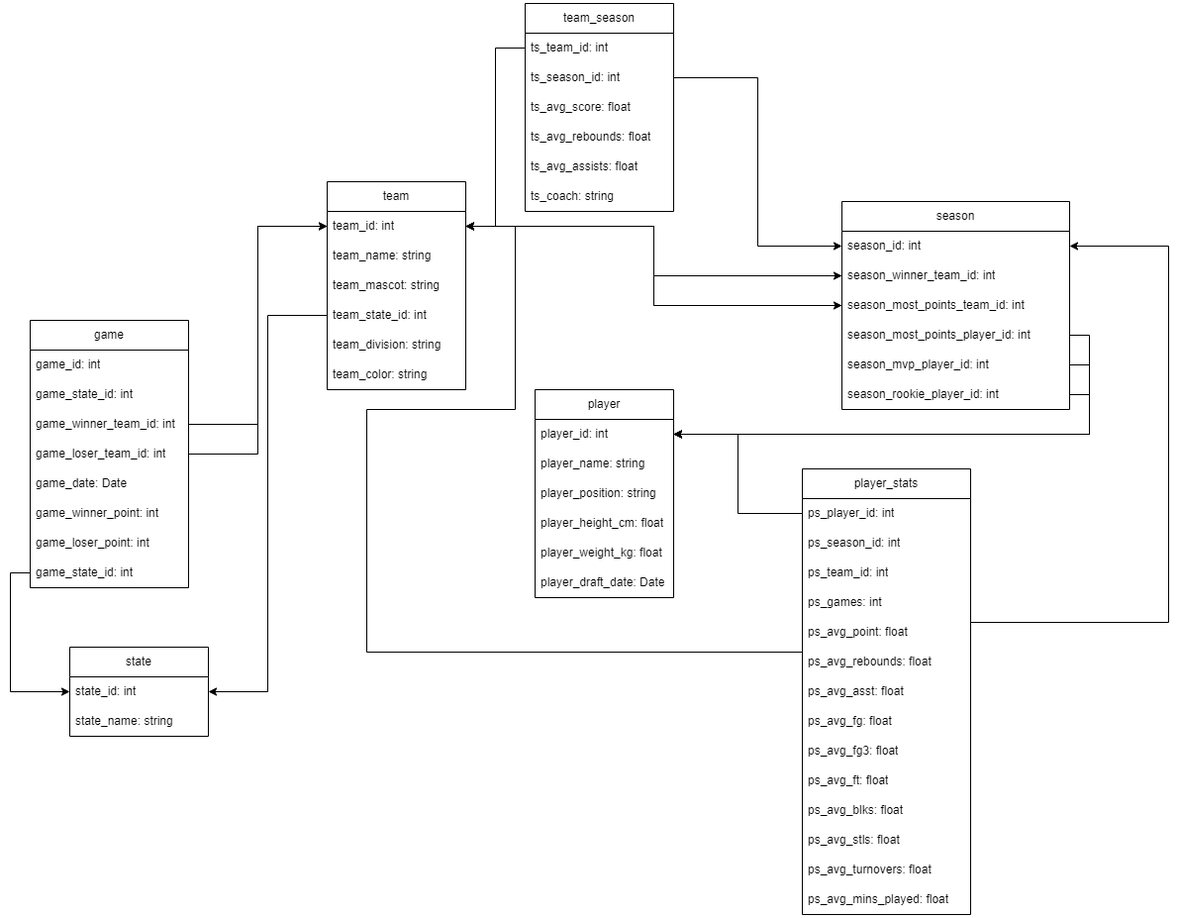
Earlier version of the draw.io export er_diagram.drawio.png (Fin-NewWin/cse111-project). Source tidied: cells renumbered, new cells last; positions are measured from the earlier drawing's top-left corner, leaving out a move shared by most shapes.
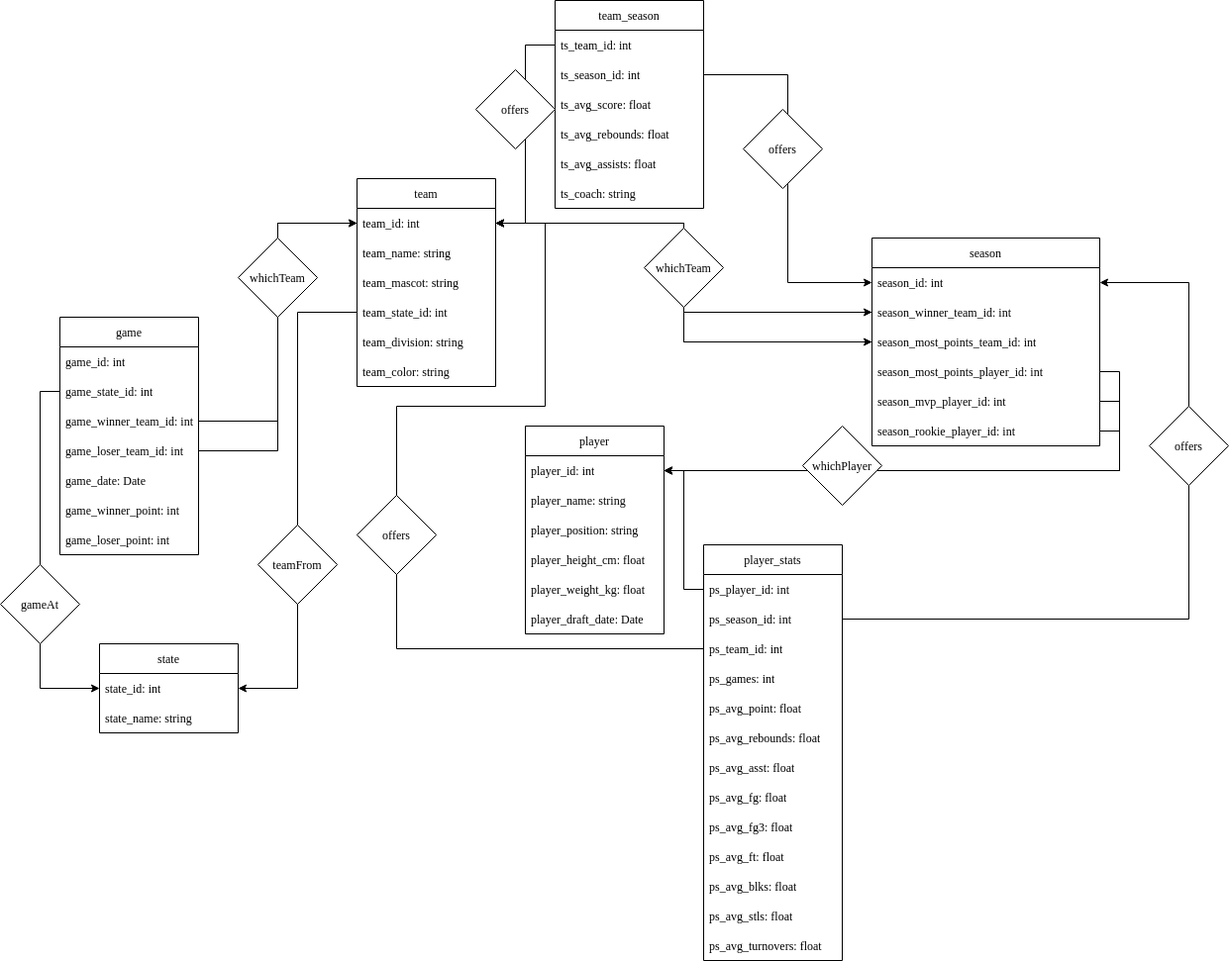
Later version of the same file.

Diff of the diagram source:
```diff
@@ -24,7 +24,7 @@
       <mxGeometry y="180" width="140" height="30" as="geometry" />
     </mxCell>
     <mxCell id="9" value="player" style="swimlane;fontStyle=0;horizontal=1;startSize=30;whiteSpace=wrap;html=1;" parent="1" vertex="1">
-      <mxGeometry x="510" y="390" width="140" height="210" as="geometry" />
+      <mxGeometry x="470" y="430" width="140" height="210" as="geometry" />
     </mxCell>
     <mxCell id="10" value="player_id: int" style="text;strokeColor=none;fillColor=none;align=left;verticalAlign=middle;spacingLeft=4;spacingRight=4;overflow=hidden;points=[[0,0.5],[1,0.5]];portConstraint=eastwest;whiteSpace=wrap;html=1;" parent="9" vertex="1">
       <mxGeometry y="30" width="140" height="30" as="geometry" />
@@ -45,32 +45,29 @@
       <mxGeometry y="180" width="140" height="30" as="geometry" />
     </mxCell>
     <mxCell id="16" value="game" style="swimlane;fontStyle=0;horizontal=1;startSize=30;whiteSpace=wrap;html=1;" parent="1" vertex="1">
-      <mxGeometry y="320" width="160" height="270" as="geometry" />
+      <mxGeometry y="320" width="140" height="240" as="geometry" />
     </mxCell>
     <mxCell id="17" value="game_id: int" style="text;strokeColor=none;fillColor=none;align=left;verticalAlign=middle;spacingLeft=4;spacingRight=4;overflow=hidden;whiteSpace=wrap;html=1;" parent="16" vertex="1">
-      <mxGeometry y="30" width="160" height="30" as="geometry" />
+      <mxGeometry y="30" width="140" height="30" as="geometry" />
     </mxCell>
     <mxCell id="18" value="game_state_id: int" style="text;strokeColor=none;fillColor=none;align=left;verticalAlign=middle;spacingLeft=4;spacingRight=4;overflow=hidden;points=[[0,0.5],[1,0.5]];portConstraint=eastwest;whiteSpace=wrap;html=1;" parent="16" vertex="1">
-      <mxGeometry y="60" width="160" height="30" as="geometry" />
+      <mxGeometry y="60" width="140" height="30" as="geometry" />
     </mxCell>
     <mxCell id="19" value="game_winner_team_id: int" style="text;strokeColor=none;fillColor=none;align=left;verticalAlign=middle;spacingLeft=4;spacingRight=4;overflow=hidden;points=[[0,0.5],[1,0.5]];portConstraint=eastwest;whiteSpace=wrap;html=1;" parent="16" vertex="1">
-      <mxGeometry y="90" width="160" height="30" as="geometry" />
+      <mxGeometry y="90" width="140" height="30" as="geometry" />
     </mxCell>
     <mxCell id="20" value="game_loser_team_id: int" style="text;strokeColor=none;fillColor=none;align=left;verticalAlign=middle;spacingLeft=4;spacingRight=4;overflow=hidden;points=[[0,0.5],[1,0.5]];portConstraint=eastwest;whiteSpace=wrap;html=1;" parent="16" vertex="1">
-      <mxGeometry y="120" width="160" height="30" as="geometry" />
+      <mxGeometry y="120" width="140" height="30" as="geometry" />
     </mxCell>
     <mxCell id="21" value="game_date: Date" style="text;strokeColor=none;fillColor=none;align=left;verticalAlign=middle;spacingLeft=4;spacingRight=4;overflow=hidden;whiteSpace=wrap;html=1;" parent="16" vertex="1">
-      <mxGeometry y="150" width="160" height="30" as="geometry" />
+      <mxGeometry y="150" width="140" height="30" as="geometry" />
     </mxCell>
     <mxCell id="22" value="game_winner_point: int" style="text;strokeColor=none;fillColor=none;align=left;verticalAlign=middle;spacingLeft=4;spacingRight=4;overflow=hidden;whiteSpace=wrap;html=1;" parent="16" vertex="1">
-      <mxGeometry y="180" width="160" height="30" as="geometry" />
+      <mxGeometry y="180" width="140" height="30" as="geometry" />
     </mxCell>
     <mxCell id="23" value="game_loser_point: int" style="text;strokeColor=none;fillColor=none;align=left;verticalAlign=middle;spacingLeft=4;spacingRight=4;overflow=hidden;whiteSpace=wrap;html=1;" parent="16" vertex="1">
-      <mxGeometry y="210" width="160" height="30" as="geometry" />
+      <mxGeometry y="210" width="140" height="30" as="geometry" />
     </mxCell>
-    <mxCell id="24" value="game_state_id: int" style="text;strokeColor=none;fillColor=none;align=left;verticalAlign=middle;spacingLeft=4;spacingRight=4;overflow=hidden;points=[[0,0.5],[1,0.5]];portConstraint=eastwest;whiteSpace=wrap;html=1;" parent="16" vertex="1">
-      <mxGeometry y="240" width="160" height="30" as="geometry" />
-    </mxCell>
     <mxCell id="25" style="edgeStyle=orthogonalEdgeStyle;rounded=0;jettySize=auto;html=1;exitX=1;exitY=0.5;exitDx=0;exitDy=0;entryX=0;entryY=0.5;entryDx=0;entryDy=0;" parent="1" edge="1" source="19" target="3">
       <mxGeometry relative="1" as="geometry" />
     </mxCell>
@@ -78,52 +75,49 @@
       <mxGeometry relative="1" as="geometry" />
     </mxCell>
     <mxCell id="27" value="player_stats" style="swimlane;fontStyle=0;horizontal=1;startSize=30;whiteSpace=wrap;html=1;" parent="1" vertex="1">
-      <mxGeometry x="780" y="470" width="170" height="450" as="geometry" />
+      <mxGeometry x="650" y="550" width="140" height="420" as="geometry" />
     </mxCell>
     <mxCell id="28" value="ps_player_id: int" style="text;strokeColor=none;fillColor=none;align=left;verticalAlign=middle;spacingLeft=4;spacingRight=4;overflow=hidden;points=[[0,0.5],[1,0.5]];portConstraint=eastwest;whiteSpace=wrap;html=1;" parent="27" vertex="1">
-      <mxGeometry y="30" width="170" height="30" as="geometry" />
+      <mxGeometry y="30" width="140" height="30" as="geometry" />
     </mxCell>
     <mxCell id="29" value="ps_season_id: int" style="text;strokeColor=none;fillColor=none;align=left;verticalAlign=middle;spacingLeft=4;spacingRight=4;overflow=hidden;points=[[0,0.5],[1,0.5]];portConstraint=eastwest;whiteSpace=wrap;html=1;" parent="27" vertex="1">
-      <mxGeometry y="60" width="170" height="30" as="geometry" />
+      <mxGeometry y="60" width="140" height="30" as="geometry" />
     </mxCell>
     <mxCell id="30" value="ps_team_id: int" style="text;strokeColor=none;fillColor=none;align=left;verticalAlign=middle;spacingLeft=4;spacingRight=4;overflow=hidden;points=[[0,0.5],[1,0.5]];portConstraint=eastwest;whiteSpace=wrap;html=1;" parent="27" vertex="1">
-      <mxGeometry y="90" width="170" height="30" as="geometry" />
+      <mxGeometry y="90" width="140" height="30" as="geometry" />
     </mxCell>
     <mxCell id="31" value="ps_games: int" style="text;strokeColor=none;fillColor=none;align=left;verticalAlign=middle;spacingLeft=4;spacingRight=4;overflow=hidden;whiteSpace=wrap;html=1;" parent="27" vertex="1">
-      <mxGeometry y="120" width="170" height="30" as="geometry" />
+      <mxGeometry y="120" width="140" height="30" as="geometry" />
     </mxCell>
     <mxCell id="32" value="ps_avg_point: float" style="text;strokeColor=none;fillColor=none;align=left;verticalAlign=middle;spacingLeft=4;spacingRight=4;overflow=hidden;whiteSpace=wrap;html=1;" parent="27" vertex="1">
-      <mxGeometry y="150" width="170" height="30" as="geometry" />
+      <mxGeometry y="150" width="140" height="30" as="geometry" />
     </mxCell>
     <mxCell id="33" value="ps_avg_rebounds: float" style="text;strokeColor=none;fillColor=none;align=left;verticalAlign=middle;spacingLeft=4;spacingRight=4;overflow=hidden;whiteSpace=wrap;html=1;" parent="27" vertex="1">
-      <mxGeometry y="180" width="170" height="30" as="geometry" />
+      <mxGeometry y="180" width="140" height="30" as="geometry" />
     </mxCell>
     <mxCell id="34" value="ps_avg_asst: float" style="text;strokeColor=none;fillColor=none;align=left;verticalAlign=middle;spacingLeft=4;spacingRight=4;overflow=hidden;whiteSpace=wrap;html=1;" parent="27" vertex="1">
-      <mxGeometry y="210" width="170" height="30" as="geometry" />
+      <mxGeometry y="210" width="140" height="30" as="geometry" />
     </mxCell>
     <mxCell id="35" value="ps_avg_fg: float" style="text;strokeColor=none;fillColor=none;align=left;verticalAlign=middle;spacingLeft=4;spacingRight=4;overflow=hidden;whiteSpace=wrap;html=1;" parent="27" vertex="1">
-      <mxGeometry y="240" width="170" height="30" as="geometry" />
+      <mxGeometry y="240" width="140" height="30" as="geometry" />
     </mxCell>
     <mxCell id="36" value="ps_avg_fg3: float" style="text;strokeColor=none;fillColor=none;align=left;verticalAlign=middle;spacingLeft=4;spacingRight=4;overflow=hidden;whiteSpace=wrap;html=1;" parent="27" vertex="1">
-      <mxGeometry y="270" width="170" height="30" as="geometry" />
+      <mxGeometry y="270" width="140" height="30" as="geometry" />
     </mxCell>
     <mxCell id="37" value="ps_avg_ft: float" style="text;strokeColor=none;fillColor=none;align=left;verticalAlign=middle;spacingLeft=4;spacingRight=4;overflow=hidden;whiteSpace=wrap;html=1;strokeWidth=0;" parent="27" vertex="1">
-      <mxGeometry y="300" width="170" height="30" as="geometry" />
+      <mxGeometry y="300" width="140" height="30" as="geometry" />
     </mxCell>
     <mxCell id="38" value="ps_avg_blks: float" style="text;strokeColor=none;fillColor=none;align=left;verticalAlign=middle;spacingLeft=4;spacingRight=4;overflow=hidden;whiteSpace=wrap;html=1;strokeWidth=0;" parent="27" vertex="1">
-      <mxGeometry y="330" width="170" height="30" as="geometry" />
+      <mxGeometry y="330" width="140" height="30" as="geometry" />
     </mxCell>
     <mxCell id="39" value="ps_avg_stls: float" style="text;strokeColor=none;fillColor=none;align=left;verticalAlign=middle;spacingLeft=4;spacingRight=4;overflow=hidden;whiteSpace=wrap;html=1;strokeWidth=0;" parent="27" vertex="1">
-      <mxGeometry y="360" width="170" height="30" as="geometry" />
+      <mxGeometry y="360" width="140" height="30" as="geometry" />
     </mxCell>
     <mxCell id="40" value="ps_avg_turnovers: float" style="text;strokeColor=none;fillColor=none;align=left;verticalAlign=middle;spacingLeft=4;spacingRight=4;overflow=hidden;whiteSpace=wrap;html=1;strokeWidth=0;" parent="27" vertex="1">
-      <mxGeometry y="390" width="170" height="30" as="geometry" />
+      <mxGeometry y="390" width="140" height="30" as="geometry" />
     </mxCell>
-    <mxCell id="41" value="ps_avg_mins_played: float" style="text;strokeColor=none;fillColor=none;align=left;verticalAlign=middle;spacingLeft=4;spacingRight=4;overflow=hidden;whiteSpace=wrap;html=1;strokeWidth=0;" parent="27" vertex="1">
-      <mxGeometry y="420" width="170" height="30" as="geometry" />
-    </mxCell>
     <mxCell id="42" value="season" style="swimlane;fontStyle=0;horizontal=1;startSize=30;whiteSpace=wrap;html=1;" parent="1" vertex="1">
-      <mxGeometry x="820" y="200" width="230" height="210" as="geometry" />
+      <mxGeometry x="820" y="240" width="230" height="210" as="geometry" />
     </mxCell>
     <mxCell id="43" value="season_id: int" style="text;strokeColor=none;fillColor=none;align=left;verticalAlign=middle;spacingLeft=4;spacingRight=4;overflow=hidden;points=[[0,0.5],[1,0.5]];portConstraint=eastwest;whiteSpace=wrap;html=1;" parent="42" vertex="1">
       <mxGeometry y="30" width="230" height="30" as="geometry" />
@@ -155,9 +149,6 @@
     <mxCell id="52" value="state_name: string" style="text;strokeColor=none;fillColor=none;align=left;verticalAlign=middle;spacingLeft=4;spacingRight=4;overflow=hidden;whiteSpace=wrap;html=1;" parent="50" vertex="1">
       <mxGeometry y="60" width="140" height="30" as="geometry" />
     </mxCell>
-    <mxCell id="53" style="edgeStyle=orthogonalEdgeStyle;rounded=0;jettySize=auto;html=1;exitX=0;exitY=0.5;exitDx=0;exitDy=0;entryX=0;entryY=0.5;entryDx=0;entryDy=0;" parent="1" edge="1" source="24" target="51">
-      <mxGeometry relative="1" as="geometry" />
-    </mxCell>
     <mxCell id="54" style="edgeStyle=orthogonalEdgeStyle;rounded=0;jettySize=auto;html=1;exitX=0;exitY=0.5;exitDx=0;exitDy=0;entryX=1;entryY=0.5;entryDx=0;entryDy=0;" parent="1" edge="1" source="6" target="51">
       <mxGeometry relative="1" as="geometry" />
     </mxCell>
@@ -170,10 +161,9 @@
     <mxCell id="57" style="edgeStyle=orthogonalEdgeStyle;rounded=0;jettySize=auto;html=1;exitX=1;exitY=0.5;exitDx=0;exitDy=0;entryX=0;entryY=0.5;entryDx=0;entryDy=0;" parent="1" edge="1" source="3" target="45">
       <mxGeometry relative="1" as="geometry" />
     </mxCell>
-    <mxCell id="58" style="edgeStyle=orthogonalEdgeStyle;rounded=0;jettySize=auto;html=1;exitX=0;exitY=0.5;exitDx=0;exitDy=0;entryX=1;entryY=0.5;entryDx=0;entryDy=0;" parent="1" edge="1" source="30" target="3">
+    <mxCell id="58" style="edgeStyle=orthogonalEdgeStyle;rounded=0;jettySize=auto;html=1;exitX=0;exitY=0.5;exitDx=0;exitDy=0;entryX=1;entryY=0.5;entryDx=0;entryDy=0;" parent="1" edge="1" source="77" target="3">
       <mxGeometry relative="1" as="geometry">
         <Array as="points">
-          <mxPoint x="340" y="655" />
           <mxPoint x="340" y="410" />
           <mxPoint x="490" y="410" />
           <mxPoint x="490" y="225" />
@@ -219,14 +209,50 @@
     <mxCell id="71" style="edgeStyle=orthogonalEdgeStyle;rounded=0;jettySize=auto;html=1;exitX=1;exitY=0.5;exitDx=0;exitDy=0;entryX=0;entryY=0.5;entryDx=0;entryDy=0;" parent="1" edge="1" source="65" target="43">
       <mxGeometry relative="1" as="geometry" />
     </mxCell>
+    <mxCell id="73" style="edgeStyle=orthogonalEdgeStyle;rounded=0;jettySize=auto;html=1;exitX=0;exitY=0.5;exitDx=0;exitDy=0;entryX=0;entryY=0.5;entryDx=0;entryDy=0;" parent="1" edge="1" source="18" target="51">
+      <mxGeometry relative="1" as="geometry" />
+    </mxCell>
+    <mxCell id="74" value="gameAt" style="rhombus;whiteSpace=wrap;html=1;" parent="1" vertex="1">
+      <mxGeometry x="-60" y="570" width="80" height="80" as="geometry" />
+    </mxCell>
+    <mxCell id="75" value="teamFrom" style="rhombus;whiteSpace=wrap;html=1;" parent="1" vertex="1">
+      <mxGeometry x="200" y="530" width="80" height="80" as="geometry" />
+    </mxCell>
+    <mxCell id="76" style="edgeStyle=orthogonalEdgeStyle;rounded=0;jettySize=auto;html=1;exitX=0;exitY=0.5;exitDx=0;exitDy=0;entryX=1;entryY=0.5;entryDx=0;entryDy=0;" parent="1" edge="1" source="30" target="77">
+      <mxGeometry relative="1" as="geometry">
+        <Array as="points">
+          <mxPoint x="340" y="655" />
+        </Array>
+      </mxGeometry>
+    </mxCell>
+    <mxCell id="77" value="offers" style="rhombus;whiteSpace=wrap;html=1;" parent="1" vertex="1">
+      <mxGeometry x="300" y="500" width="80" height="80" as="geometry" />
+    </mxCell>
     <mxCell id="72" style="edgeStyle=orthogonalEdgeStyle;rounded=0;jettySize=auto;html=1;exitX=1;exitY=0.5;exitDx=0;exitDy=0;entryX=1;entryY=0.5;entryDx=0;entryDy=0;" parent="1" edge="1" source="29" target="43">
       <mxGeometry relative="1" as="geometry">
         <Array as="points">
-          <mxPoint x="950" y="625" />
-          <mxPoint x="1150" y="625" />
-          <mxPoint x="1150" y="245" />
+          <mxPoint x="1140" y="625" />
+          <mxPoint x="1140" y="285" />
         </Array>
       </mxGeometry>
     </mxCell>
+    <mxCell id="78" value="offers" style="rhombus;whiteSpace=wrap;html=1;" parent="1" vertex="1">
+      <mxGeometry x="1100" y="410" width="80" height="80" as="geometry" />
+    </mxCell>
+    <mxCell id="79" value="whichPlayer" style="rhombus;whiteSpace=wrap;html=1;" parent="1" vertex="1">
+      <mxGeometry x="750" y="430" width="80" height="80" as="geometry" />
+    </mxCell>
+    <mxCell id="80" value="offers" style="rhombus;whiteSpace=wrap;html=1;" parent="1" vertex="1">
+      <mxGeometry x="690" y="110" width="80" height="80" as="geometry" />
+    </mxCell>
+    <mxCell id="81" value="whichTeam" style="rhombus;whiteSpace=wrap;html=1;" parent="1" vertex="1">
+      <mxGeometry x="590" y="230" width="80" height="80" as="geometry" />
+    </mxCell>
+    <mxCell id="82" value="whichTeam" style="rhombus;whiteSpace=wrap;html=1;" parent="1" vertex="1">
+      <mxGeometry x="180" y="240" width="80" height="80" as="geometry" />
+    </mxCell>
+    <mxCell id="83" value="offers" style="rhombus;whiteSpace=wrap;html=1;" parent="1" vertex="1">
+      <mxGeometry x="420" y="70" width="80" height="80" as="geometry" />
+    </mxCell>
   </root>
 </mxGraphModel>
```
